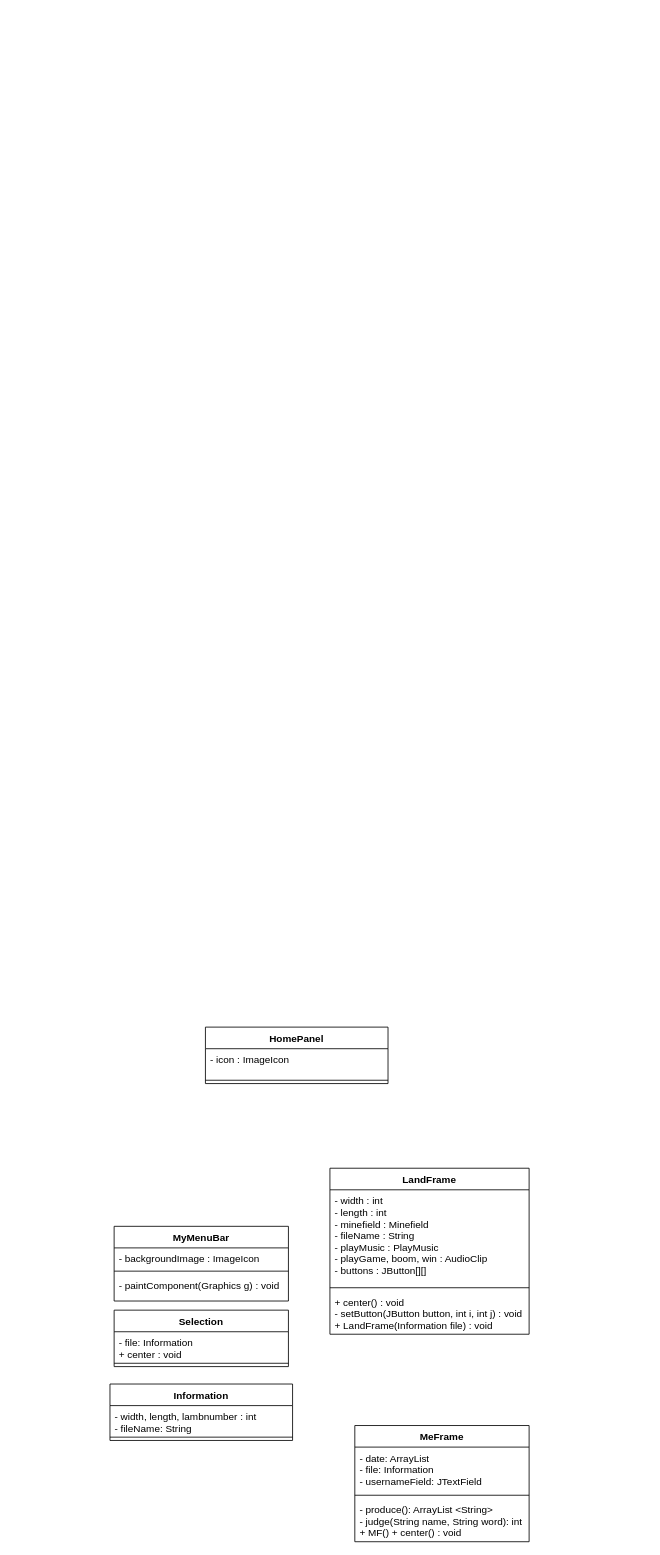
The draw.io diagram Untitled Diagram.drawio in kennylou00/software_project, before the edit. Source tidied: cells renumbered, new cells numbered last; positions are measured from the earlier drawing's top-left corner, leaving out a move shared by most shapes. Both pictures are drawn from the tidied source at 83%, with x=0, y=0 at pixel (110, 1027).
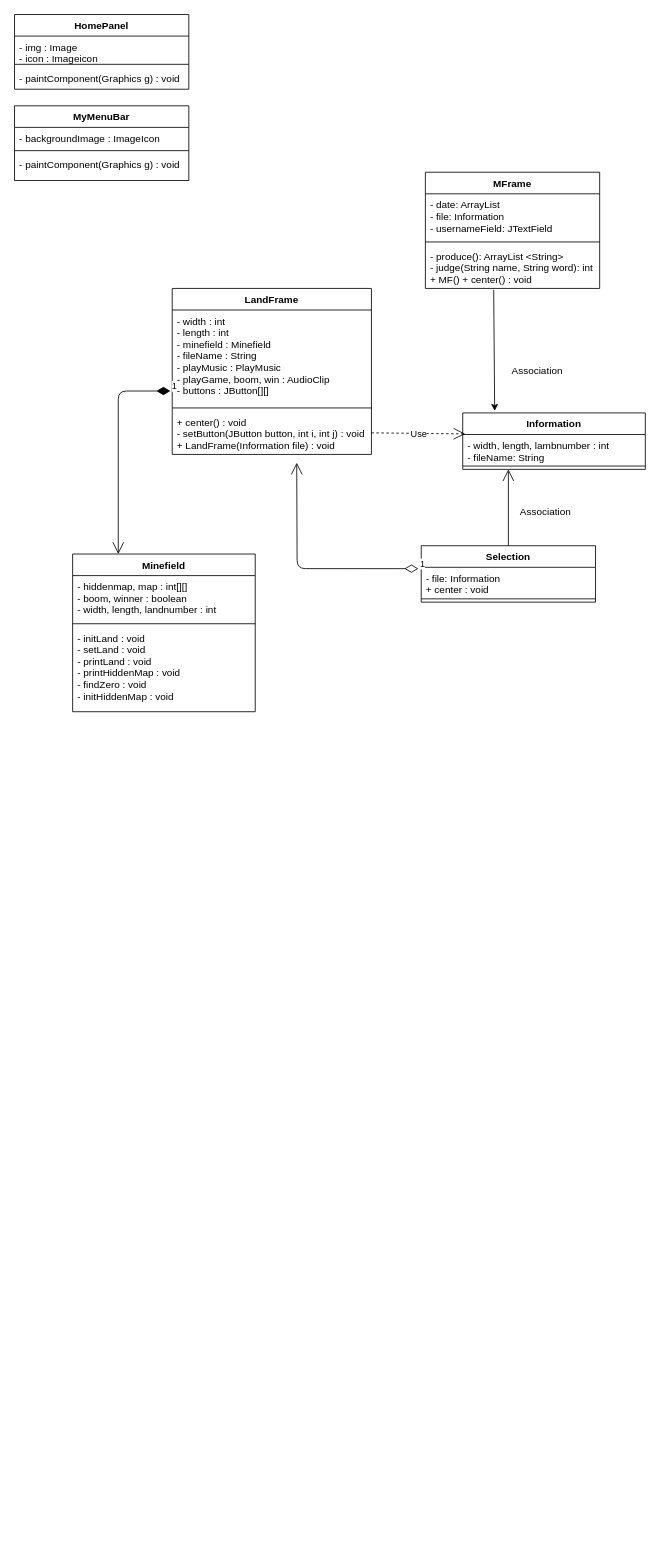
After the change.

Commit message:
class UML of code

Unchanged cells that the change refers to:
```xml
<mxCell id="5" value="- produce(): ArrayList &lt;String&gt;&#10;- judge(String name, String word): int&#10;+ MF() + center() : void" style="text;strokeColor=none;fillColor=none;align=left;verticalAlign=top;spacingLeft=4;spacingRight=4;overflow=hidden;points=[[0,0.5],[1,0.5]];portConstraint=eastwest;" parent="2" vertex="1">
  <mxGeometry y="88" width="210" height="52" as="geometry" />
</mxCell>
<mxCell id="10" value="- file: Information&#10;+ center : void" style="text;strokeColor=none;fillColor=none;align=left;verticalAlign=top;spacingLeft=4;spacingRight=4;overflow=hidden;points=[[0,0.5],[1,0.5]];portConstraint=eastwest;" parent="9" vertex="1">
  <mxGeometry y="26" width="210" height="34" as="geometry" />
</mxCell>
<mxCell id="17" value="- width : int&#10;- length : int&#10;- minefield : Minefield&#10;- fileName : String&#10;- playMusic : PlayMusic&#10;- playGame, boom, win : AudioClip&#10;- buttons : JButton[][]&#10;" style="text;strokeColor=none;fillColor=none;align=left;verticalAlign=top;spacingLeft=4;spacingRight=4;overflow=hidden;points=[[0,0.5],[1,0.5]];portConstraint=eastwest;" parent="16" vertex="1">
  <mxGeometry y="26" width="240" height="114" as="geometry" />
</mxCell>
<mxCell id="19" value="+ center() : void&#10;- setButton(JButton button, int i, int j) : void&#10;+ LandFrame(Information file) : void" style="text;strokeColor=none;fillColor=none;align=left;verticalAlign=top;spacingLeft=4;spacingRight=4;overflow=hidden;points=[[0,0.5],[1,0.5]];portConstraint=eastwest;" parent="16" vertex="1">
  <mxGeometry y="148" width="240" height="52" as="geometry" />
</mxCell>
```

Change to the diagram source:
```diff
@@
-    <mxCell id="2" value="MeFrame" style="swimlane;fontStyle=1;align=center;verticalAlign=top;horizontal=1;startSize=26;" parent="1" vertex="1">
-      <mxGeometry x="295" y="480" width="210" height="140" as="geometry" />
+    <mxCell id="2" value="MFrame" style="swimlane;fontStyle=1;align=center;verticalAlign=top;horizontal=1;startSize=26;" parent="1" vertex="1">
+      <mxGeometry x="380" y="-1030" width="210" height="140" as="geometry" />
     </mxCell>
@@
     <mxCell id="6" value="Information" style="swimlane;fontStyle=1;align=center;verticalAlign=top;horizontal=1;startSize=26;" parent="1" vertex="1">
-      <mxGeometry y="430" width="220" height="68" as="geometry" />
+      <mxGeometry x="425" y="-740" width="220" height="68" as="geometry" />
     </mxCell>
@@
     <mxCell id="9" value="Selection" style="swimlane;fontStyle=1;align=center;verticalAlign=top;horizontal=1;startSize=26;" parent="1" vertex="1">
-      <mxGeometry x="5" y="341" width="210" height="68" as="geometry" />
+      <mxGeometry x="375" y="-580" width="210" height="68" as="geometry" />
     </mxCell>
@@
     <mxCell id="12" value="MyMenuBar" style="swimlane;fontStyle=1;align=center;verticalAlign=top;horizontal=1;startSize=26;" parent="1" vertex="1">
-      <mxGeometry x="5" y="240" width="210" height="90" as="geometry" />
+      <mxGeometry x="-115" y="-1110" width="210" height="90" as="geometry" />
     </mxCell>
@@
     <mxCell id="16" value="LandFrame" style="swimlane;fontStyle=1;align=center;verticalAlign=top;horizontal=1;startSize=26;" parent="1" vertex="1">
-      <mxGeometry x="265" y="170" width="240" height="200" as="geometry" />
+      <mxGeometry x="75" y="-890" width="240" height="200" as="geometry" />
     </mxCell>
@@
-    <mxCell id="20" value="HomePanel" style="swimlane;fontStyle=1;align=center;verticalAlign=top;horizontal=1;startSize=26;" parent="1" vertex="1">
-      <mxGeometry x="115" width="220" height="68" as="geometry" />
+    <mxCell id="20" value="HomePanel&#10;" style="swimlane;fontStyle=1;align=center;verticalAlign=top;horizontal=1;startSize=26;" parent="1" vertex="1">
+      <mxGeometry x="-115" y="-1220" width="210" height="90" as="geometry" />
     </mxCell>
-    <mxCell id="21" value="- icon : ImageIcon&#10;" style="text;strokeColor=none;fillColor=none;align=left;verticalAlign=top;spacingLeft=4;spacingRight=4;overflow=hidden;" parent="20" vertex="1">
-      <mxGeometry y="26" width="220" height="34" as="geometry" />
-    </mxCell>
-    <mxCell id="22" style="line;strokeWidth=1;fillColor=none;align=left;verticalAlign=middle;spacingTop=-1;spacingLeft=3;spacingRight=3;labelPosition=right;" parent="20" vertex="1">
-      <mxGeometry y="60" width="220" height="8" as="geometry" />
-    </mxCell>
+    <mxCell id="23" value="- img : Image&#10;- icon : Imageicon" style="text;strokeColor=none;fillColor=none;align=left;verticalAlign=top;spacingLeft=4;spacingRight=4;overflow=hidden;" parent="20" vertex="1">
+      <mxGeometry y="26" width="210" height="30" as="geometry" />
+    </mxCell>
+    <mxCell id="24" style="line;strokeWidth=1;fillColor=none;align=left;verticalAlign=middle;spacingTop=-1;spacingLeft=3;spacingRight=3;labelPosition=right;" parent="20" vertex="1">
+      <mxGeometry y="56" width="210" height="8" as="geometry" />
+    </mxCell>
+    <mxCell id="25" value="- paintComponent(Graphics g) : void" style="text;strokeColor=none;fillColor=none;align=left;verticalAlign=top;spacingLeft=4;spacingRight=4;overflow=hidden;" parent="20" vertex="1">
+      <mxGeometry y="64" width="210" height="26" as="geometry" />
+    </mxCell>
+    <mxCell id="26" value="Minefield" style="swimlane;fontStyle=1;align=center;verticalAlign=top;horizontal=1;startSize=26;" parent="1" vertex="1">
+      <mxGeometry x="-45" y="-570" width="220" height="190" as="geometry" />
+    </mxCell>
+    <mxCell id="27" value="- hiddenmap, map : int[][]&#10;- boom, winner : boolean&#10;- width, length, landnumber : int" style="text;strokeColor=none;fillColor=none;align=left;verticalAlign=top;spacingLeft=4;spacingRight=4;overflow=hidden;" parent="26" vertex="1">
+      <mxGeometry y="26" width="220" height="54" as="geometry" />
+    </mxCell>
+    <mxCell id="28" style="line;strokeWidth=1;fillColor=none;align=left;verticalAlign=middle;spacingTop=-1;spacingLeft=3;spacingRight=3;labelPosition=right;" parent="26" vertex="1">
+      <mxGeometry y="80" width="220" height="8" as="geometry" />
+    </mxCell>
+    <mxCell id="29" value="- initLand : void&#10;- setLand : void&#10;- printLand : void&#10;- printHiddenMap : void&#10;- findZero : void&#10;- initHiddenMap : void&#10;" style="text;strokeColor=none;fillColor=none;align=left;verticalAlign=top;spacingLeft=4;spacingRight=4;overflow=hidden;" parent="26" vertex="1">
+      <mxGeometry y="88" width="220" height="102" as="geometry" />
+    </mxCell>
+    <mxCell id="30" value="Association" style="text;html=1;strokeColor=none;fillColor=none;align=center;verticalAlign=middle;whiteSpace=wrap;rounded=0;" parent="1" vertex="1">
+      <mxGeometry x="465" y="-800" width="100" height="20" as="geometry" />
+    </mxCell>
+    <mxCell id="31" style="endArrow=classic;html=1;exitX=0.392;exitY=1.033;exitDx=0;exitDy=0;exitPerimeter=0;entryX=0.175;entryY=-0.035;entryDx=0;entryDy=0;entryPerimeter=0;" parent="1" edge="1" source="5" target="6">
+      <mxGeometry relative="1" as="geometry" />
+    </mxCell>
+    <mxCell id="32" value="1" style="endArrow=open;html=1;endSize=12;startArrow=diamondThin;startSize=14;startFill=0;edgeStyle=orthogonalEdgeStyle;align=left;verticalAlign=bottom;exitX=-0.016;exitY=0.048;exitDx=0;exitDy=0;exitPerimeter=0;" parent="1" edge="1" source="10">
+      <mxGeometry x="-1" y="3" relative="1" as="geometry">
+        <mxPoint x="225" y="-680" as="targetPoint" />
+      </mxGeometry>
+    </mxCell>
+    <mxCell id="33" value="Use" style="endArrow=open;endSize=12;dashed=1;html=1;exitX=1;exitY=0.5;exitDx=0;exitDy=0;entryX=0.014;entryY=0.372;entryDx=0;entryDy=0;entryPerimeter=0;" parent="1" edge="1" source="19" target="6">
+      <mxGeometry relative="1" as="geometry" />
+    </mxCell>
+    <mxCell id="34" style="endArrow=open;endFill=1;endSize=12;html=1;exitX=0.5;exitY=0;exitDx=0;exitDy=0;entryX=0.25;entryY=1;entryDx=0;entryDy=0;" parent="1" edge="1" source="9" target="6">
+      <mxGeometry relative="1" as="geometry" />
+    </mxCell>
+    <mxCell id="35" value="Association" style="text;html=1;strokeColor=none;fillColor=none;align=center;verticalAlign=middle;whiteSpace=wrap;rounded=0;" parent="1" vertex="1">
+      <mxGeometry x="475" y="-630" width="100" height="20" as="geometry" />
+    </mxCell>
+    <mxCell id="36" value="1" style="endArrow=open;html=1;endSize=12;startArrow=diamondThin;startSize=14;startFill=1;edgeStyle=orthogonalEdgeStyle;align=left;verticalAlign=bottom;exitX=-0.009;exitY=0.856;exitDx=0;exitDy=0;exitPerimeter=0;entryX=0.25;entryY=0;entryDx=0;entryDy=0;" parent="1" edge="1" source="17" target="26">
+      <mxGeometry x="-1" y="3" relative="1" as="geometry" />
+    </mxCell>
```
